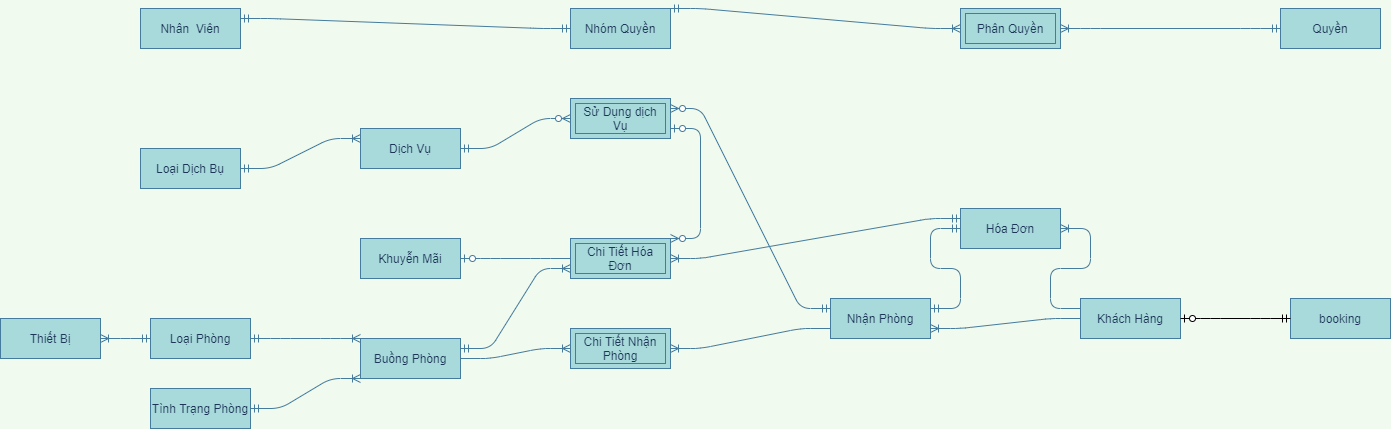
The draw.io diagram EntityRelationship-QLKS.png in maialino123/QLKS, before a commit. Source tidied: cells renumbered, new cells last; positions are measured from the earlier drawing's top-left corner, leaving out a move shared by most shapes.
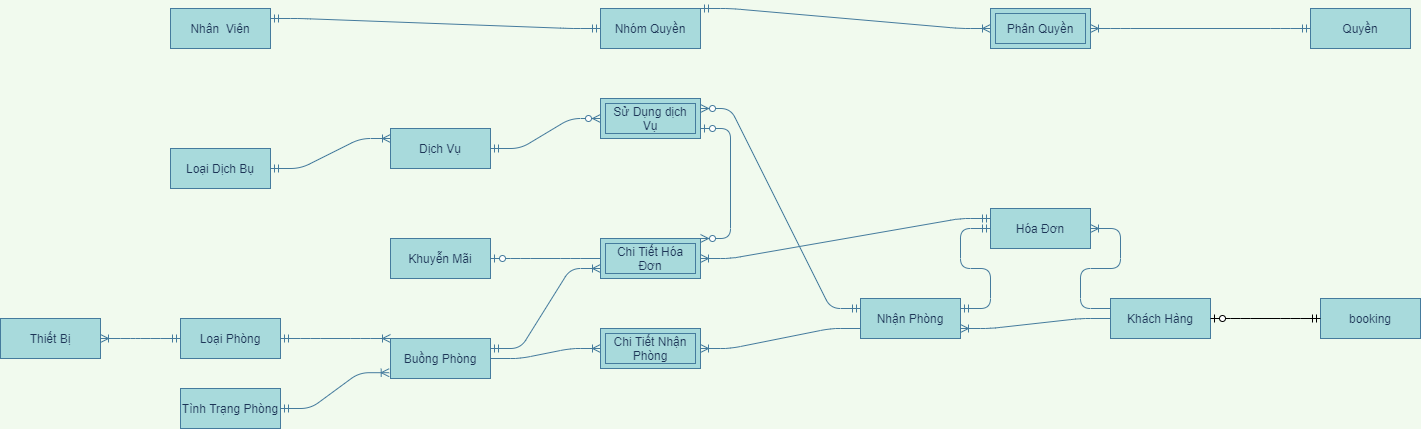
After the change.

The edit, as a diff of the source:
```diff
@@ -5,7 +5,7 @@
     <mxCell id="2" style="edgeStyle=entityRelationEdgeStyle;fontSize=12;html=1;endArrow=ERoneToMany;startArrow=ERmandOne;strokeColor=#457B9D;fillColor=#A8DADC;labelBackgroundColor=#F1FAEE;fontColor=#1D3557;exitX=1;exitY=0.5;exitDx=0;exitDy=0;entryX=0;entryY=0;entryDx=0;entryDy=0;" parent="1" edge="1" source="31" target="33">
       <mxGeometry relative="1" as="geometry" />
     </mxCell>
-    <mxCell id="3" style="edgeStyle=entityRelationEdgeStyle;fontSize=12;html=1;endArrow=ERoneToMany;startArrow=ERmandOne;strokeColor=#457B9D;fillColor=#A8DADC;labelBackgroundColor=#F1FAEE;fontColor=#1D3557;exitX=1;exitY=0.5;exitDx=0;exitDy=0;entryX=0;entryY=1;entryDx=0;entryDy=0;" parent="1" edge="1" source="32" target="33">
+    <mxCell id="3" style="edgeStyle=entityRelationEdgeStyle;fontSize=12;html=1;endArrow=ERoneToMany;startArrow=ERmandOne;strokeColor=#457B9D;fillColor=#A8DADC;labelBackgroundColor=#F1FAEE;fontColor=#1D3557;exitX=1;exitY=0.5;exitDx=0;exitDy=0;entryX=-0.013;entryY=0.855;entryDx=0;entryDy=0;entryPerimeter=0;" parent="1" edge="1" source="32" target="33">
       <mxGeometry relative="1" as="geometry" />
     </mxCell>
     <mxCell id="4" style="edgeStyle=entityRelationEdgeStyle;fontSize=12;html=1;endArrow=ERoneToMany;strokeColor=#457B9D;fillColor=#A8DADC;entryX=1;entryY=0.5;entryDx=0;entryDy=0;labelBackgroundColor=#F1FAEE;fontColor=#1D3557;exitX=0;exitY=0.75;exitDx=0;exitDy=0;" parent="1" edge="1" source="34" target="5">
@@ -87,7 +87,7 @@
       <mxGeometry x="360" y="230" width="100" height="40" as="geometry" />
     </mxCell>
     <mxCell id="30" value="Thiết Bị" style="whiteSpace=wrap;html=1;align=center;rounded=0;sketch=0;strokeColor=#457B9D;fillColor=#A8DADC;fontColor=#1D3557;" parent="1" vertex="1">
-      <mxGeometry y="310" width="100" height="40" as="geometry" />
+      <mxGeometry x="-30" y="310" width="100" height="40" as="geometry" />
     </mxCell>
     <mxCell id="31" value="Loại Phòng" style="whiteSpace=wrap;html=1;align=center;rounded=0;sketch=0;strokeColor=#457B9D;fillColor=#A8DADC;fontColor=#1D3557;" parent="1" vertex="1">
       <mxGeometry x="150" y="310" width="100" height="40" as="geometry" />
```
